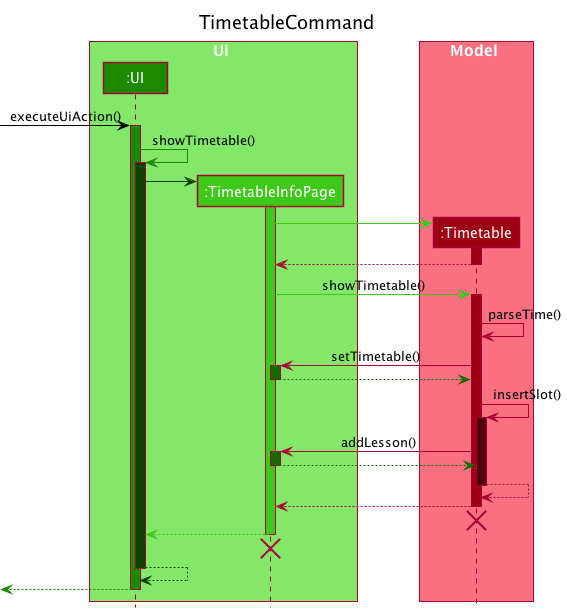
This is docs/images/TimetableCommandSequenceDiagram.png from nus-cs2103-AY2122S1/tp, a PlantUML export, as it was before one commit.
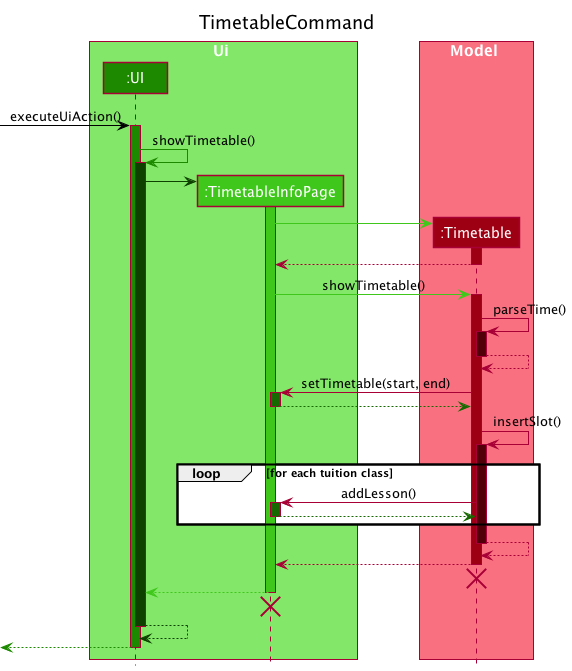
Later version of the same file.

Commit message:
Update UML diagrams

Change to the diagram source:
```diff
@@ -31,17 +31,22 @@
 TimetableInfoPage -[UI_COLOR_T2]> Timetable: showTimetable()
 activate Timetable MODEL_COLOR
 Timetable -> Timetable: parseTime()
-Timetable -> TimetableInfoPage: setTimetable()
+activate Timetable MODEL_COLOR_T4
+Timetable --> Timetable:
+deactivate Timetable
+Timetable -> TimetableInfoPage: setTimetable(start, end)
 activate TimetableInfoPage UI_COLOR_T3
 TimetableInfoPage -[UI_COLOR_T3]-> Timetable
 deactivate TimetableInfoPage
 
 Timetable -> Timetable: insertSlot()
 activate Timetable MODEL_COLOR_T4
+loop for each tuition class
 Timetable -> TimetableInfoPage : addLesson()
 activate TimetableInfoPage UI_COLOR_T3
 TimetableInfoPage -[UI_COLOR_T3]-> Timetable
 deactivate TimetableInfoPage
+end
 
 Timetable --> Timetable
 deactivate Timetable
```
